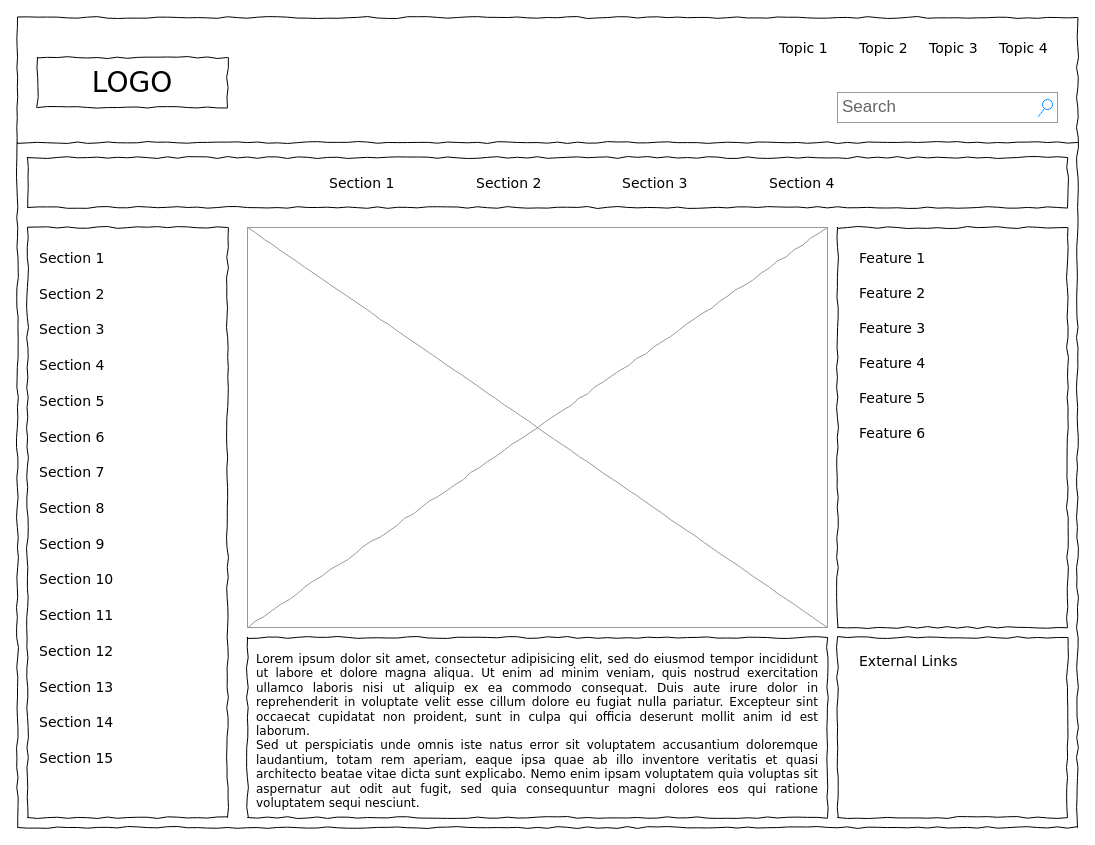
Before: .github/Untitled Diagram.drawio in kimmyrodriguez1/CMST-Project-1, a draw.io diagram. Source tidied: cells renumbered, new cells numbered last; positions are measured from the earlier drawing's top-left corner, leaving out a move shared by most shapes. Both pictures are drawn from the tidied source at 100%, with x=0, y=0 at pixel (17, 17).
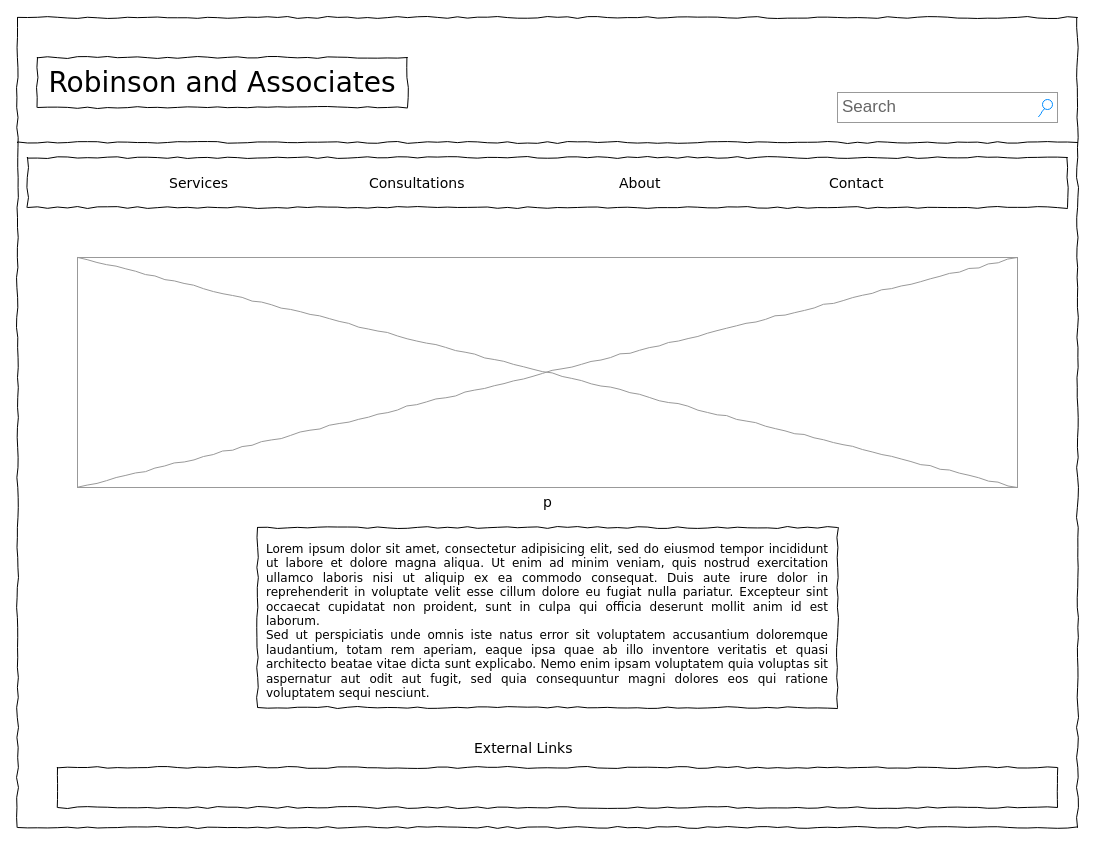
After the change.

Diff of the diagram source:
```diff
@@
-    <mxCell id="3" value="LOGO" style="whiteSpace=wrap;html=1;rounded=0;shadow=0;labelBackgroundColor=none;strokeWidth=1;fontFamily=Verdana;fontSize=28;align=center;comic=1;" parent="1" vertex="1">
-      <mxGeometry x="20" y="40" width="190" height="50" as="geometry" />
+    <mxCell id="3" value="Robinson and Associates" style="whiteSpace=wrap;html=1;rounded=0;shadow=0;labelBackgroundColor=none;strokeWidth=1;fontFamily=Verdana;fontSize=28;align=center;comic=1;" parent="1" vertex="1">
+      <mxGeometry x="20" y="40" width="370" height="50" as="geometry" />
     </mxCell>
@@
-    <mxCell id="5" value="Topic 1" style="text;html=1;align=left;verticalAlign=top;spacingTop=-4;fontSize=14;fontFamily=Verdana;" parent="1" vertex="1">
-      <mxGeometry x="760" y="20" width="60" height="20" as="geometry" />
-    </mxCell>
-    <mxCell id="6" value="Topic 2" style="text;html=1;align=left;verticalAlign=top;spacingTop=-4;fontSize=14;fontFamily=Verdana;" parent="1" vertex="1">
-      <mxGeometry x="840" y="20" width="60" height="20" as="geometry" />
-    </mxCell>
-    <mxCell id="7" value="Topic 3" style="text;html=1;align=left;verticalAlign=top;spacingTop=-4;fontSize=14;fontFamily=Verdana;" parent="1" vertex="1">
-      <mxGeometry x="910" y="20" width="60" height="20" as="geometry" />
-    </mxCell>
-    <mxCell id="8" value="Topic 4" style="text;html=1;align=left;verticalAlign=top;spacingTop=-4;fontSize=14;fontFamily=Verdana;" parent="1" vertex="1">
-      <mxGeometry x="980" y="20" width="60" height="20" as="geometry" />
-    </mxCell>
-    <mxCell id="9" style="whiteSpace=wrap;html=1;rounded=0;shadow=0;labelBackgroundColor=none;strokeWidth=1;fillColor=none;fontFamily=Verdana;fontSize=12;align=center;comic=1;" parent="1" vertex="1">
-      <mxGeometry x="10" y="210" width="200" height="590" as="geometry" />
-    </mxCell>
@@
-    <mxCell id="12" value="Section 1" style="text;html=1;align=left;verticalAlign=top;spacingTop=-4;fontSize=14;fontFamily=Verdana;" parent="1" vertex="1">
-      <mxGeometry x="310" y="155" width="60" height="20" as="geometry" />
+    <mxCell id="12" value="Services" style="text;html=1;align=left;verticalAlign=top;spacingTop=-4;fontSize=14;fontFamily=Verdana;" parent="1" vertex="1">
+      <mxGeometry x="150" y="155" width="60" height="20" as="geometry" />
     </mxCell>
-    <mxCell id="13" value="Section 2" style="text;html=1;align=left;verticalAlign=top;spacingTop=-4;fontSize=14;fontFamily=Verdana;" parent="1" vertex="1">
-      <mxGeometry x="457" y="155" width="60" height="20" as="geometry" />
+    <mxCell id="13" value="Consultations" style="text;html=1;align=left;verticalAlign=top;spacingTop=-4;fontSize=14;fontFamily=Verdana;" parent="1" vertex="1">
+      <mxGeometry x="350" y="155" width="60" height="20" as="geometry" />
     </mxCell>
-    <mxCell id="14" value="Section 3" style="text;html=1;align=left;verticalAlign=top;spacingTop=-4;fontSize=14;fontFamily=Verdana;" parent="1" vertex="1">
-      <mxGeometry x="603" y="155" width="60" height="20" as="geometry" />
+    <mxCell id="14" value="About" style="text;html=1;align=left;verticalAlign=top;spacingTop=-4;fontSize=14;fontFamily=Verdana;" parent="1" vertex="1">
+      <mxGeometry x="600" y="155" width="60" height="20" as="geometry" />
     </mxCell>
-    <mxCell id="15" value="Section 4" style="text;html=1;align=left;verticalAlign=top;spacingTop=-4;fontSize=14;fontFamily=Verdana;" parent="1" vertex="1">
-      <mxGeometry x="750" y="155" width="60" height="20" as="geometry" />
+    <mxCell id="15" value="Contact" style="text;html=1;align=left;verticalAlign=top;spacingTop=-4;fontSize=14;fontFamily=Verdana;" parent="1" vertex="1">
+      <mxGeometry x="810" y="155" width="60" height="20" as="geometry" />
     </mxCell>
     <mxCell id="16" value="&lt;div style=&quot;text-align: justify&quot;&gt;&lt;span&gt;Lorem ipsum dolor sit amet, consectetur adipisicing elit, sed do eiusmod tempor incididunt ut labore et dolore magna aliqua. Ut enim ad minim veniam, quis nostrud exercitation ullamco laboris nisi ut aliquip ex ea commodo consequat. Duis aute irure dolor in reprehenderit in voluptate velit esse cillum dolore eu fugiat nulla pariatur. Excepteur sint occaecat cupidatat non proident, sunt in culpa qui officia deserunt mollit anim id est laborum.&lt;/span&gt;&lt;/div&gt;&lt;div style=&quot;text-align: justify&quot;&gt;&lt;span&gt;Sed ut perspiciatis unde omnis iste natus error sit voluptatem accusantium doloremque laudantium, totam rem aperiam, eaque ipsa quae ab illo inventore veritatis et quasi architecto beatae vitae dicta sunt explicabo. Nemo enim ipsam voluptatem quia voluptas sit aspernatur aut odit aut fugit, sed quia consequuntur magni dolores eos qui ratione voluptatem sequi nesciunt.&amp;nbsp;&lt;/span&gt;&lt;/div&gt;" style="whiteSpace=wrap;html=1;rounded=0;shadow=0;labelBackgroundColor=none;strokeWidth=1;fillColor=none;fontFamily=Verdana;fontSize=12;align=center;verticalAlign=top;spacing=10;comic=1;" parent="1" vertex="1">
-      <mxGeometry x="230" y="620" width="580" height="180" as="geometry" />
+      <mxGeometry x="240" y="510" width="580" height="180" as="geometry" />
     </mxCell>
-    <mxCell id="17" style="verticalLabelPosition=bottom;shadow=0;dashed=0;align=center;html=1;verticalAlign=top;strokeWidth=1;shape=mxgraph.mockup.graphics.simpleIcon;strokeColor=#999999;rounded=0;labelBackgroundColor=none;fontFamily=Verdana;fontSize=14;fontColor=#000000;comic=1;" parent="1" vertex="1">
-      <mxGeometry x="230" y="210" width="580" height="400" as="geometry" />
-    </mxCell>
-    <mxCell id="18" style="whiteSpace=wrap;html=1;rounded=0;shadow=0;labelBackgroundColor=none;strokeWidth=1;fillColor=none;fontFamily=Verdana;fontSize=12;align=center;comic=1;" parent="1" vertex="1">
-      <mxGeometry x="820" y="210" width="230" height="400" as="geometry" />
-    </mxCell>
     <mxCell id="19" style="whiteSpace=wrap;html=1;rounded=0;shadow=0;labelBackgroundColor=none;strokeWidth=1;fillColor=none;fontFamily=Verdana;fontSize=12;align=center;comic=1;" parent="1" vertex="1">
-      <mxGeometry x="820" y="620" width="230" height="180" as="geometry" />
+      <mxGeometry x="40" y="750" width="1000" height="40" as="geometry" />
     </mxCell>
-    <mxCell id="20" value="Section 1" style="text;html=1;align=left;verticalAlign=top;spacingTop=-4;fontSize=14;fontFamily=Verdana;" parent="1" vertex="1">
-      <mxGeometry x="20" y="230" width="170" height="20" as="geometry" />
-    </mxCell>
-    <mxCell id="21" value="Section 2" style="text;html=1;align=left;verticalAlign=top;spacingTop=-4;fontSize=14;fontFamily=Verdana;" parent="1" vertex="1">
-      <mxGeometry x="20" y="266" width="170" height="20" as="geometry" />
-    </mxCell>
-    <mxCell id="22" value="Section 3" style="text;html=1;align=left;verticalAlign=top;spacingTop=-4;fontSize=14;fontFamily=Verdana;" parent="1" vertex="1">
-      <mxGeometry x="20" y="301" width="170" height="20" as="geometry" />
-    </mxCell>
-    <mxCell id="23" value="Section 4" style="text;html=1;align=left;verticalAlign=top;spacingTop=-4;fontSize=14;fontFamily=Verdana;" parent="1" vertex="1">
-      <mxGeometry x="20" y="337" width="170" height="20" as="geometry" />
-    </mxCell>
-    <mxCell id="24" value="Section 7" style="text;html=1;align=left;verticalAlign=top;spacingTop=-4;fontSize=14;fontFamily=Verdana;" parent="1" vertex="1">
-      <mxGeometry x="20" y="444" width="170" height="20" as="geometry" />
-    </mxCell>
-    <mxCell id="25" value="Section 8" style="text;html=1;align=left;verticalAlign=top;spacingTop=-4;fontSize=14;fontFamily=Verdana;" parent="1" vertex="1">
-      <mxGeometry x="20" y="480" width="170" height="20" as="geometry" />
-    </mxCell>
-    <mxCell id="26" value="Section 9" style="text;html=1;align=left;verticalAlign=top;spacingTop=-4;fontSize=14;fontFamily=Verdana;" parent="1" vertex="1">
-      <mxGeometry x="20" y="516" width="170" height="20" as="geometry" />
-    </mxCell>
-    <mxCell id="27" value="Section 10" style="text;html=1;align=left;verticalAlign=top;spacingTop=-4;fontSize=14;fontFamily=Verdana;" parent="1" vertex="1">
-      <mxGeometry x="20" y="551" width="170" height="20" as="geometry" />
-    </mxCell>
-    <mxCell id="28" value="Section 11" style="text;html=1;align=left;verticalAlign=top;spacingTop=-4;fontSize=14;fontFamily=Verdana;" parent="1" vertex="1">
-      <mxGeometry x="20" y="587" width="170" height="20" as="geometry" />
-    </mxCell>
-    <mxCell id="29" value="Section 12" style="text;html=1;align=left;verticalAlign=top;spacingTop=-4;fontSize=14;fontFamily=Verdana;" parent="1" vertex="1">
-      <mxGeometry x="20" y="623" width="170" height="20" as="geometry" />
-    </mxCell>
-    <mxCell id="30" value="Section 13" style="text;html=1;align=left;verticalAlign=top;spacingTop=-4;fontSize=14;fontFamily=Verdana;" parent="1" vertex="1">
-      <mxGeometry x="20" y="659" width="170" height="20" as="geometry" />
-    </mxCell>
-    <mxCell id="31" value="Section 14" style="text;html=1;align=left;verticalAlign=top;spacingTop=-4;fontSize=14;fontFamily=Verdana;" parent="1" vertex="1">
-      <mxGeometry x="20" y="694" width="170" height="20" as="geometry" />
-    </mxCell>
-    <mxCell id="32" value="Section 5" style="text;html=1;align=left;verticalAlign=top;spacingTop=-4;fontSize=14;fontFamily=Verdana;" parent="1" vertex="1">
-      <mxGeometry x="20" y="373" width="170" height="20" as="geometry" />
-    </mxCell>
-    <mxCell id="33" value="Section 6" style="text;html=1;align=left;verticalAlign=top;spacingTop=-4;fontSize=14;fontFamily=Verdana;" parent="1" vertex="1">
-      <mxGeometry x="20" y="409" width="170" height="20" as="geometry" />
-    </mxCell>
-    <mxCell id="34" value="Section 15" style="text;html=1;align=left;verticalAlign=top;spacingTop=-4;fontSize=14;fontFamily=Verdana;" parent="1" vertex="1">
-      <mxGeometry x="20" y="730" width="170" height="20" as="geometry" />
-    </mxCell>
     <mxCell id="35" value="External Links" style="text;html=1;align=left;verticalAlign=top;spacingTop=-4;fontSize=14;fontFamily=Verdana;" parent="1" vertex="1">
-      <mxGeometry x="840" y="633" width="170" height="20" as="geometry" />
+      <mxGeometry x="455" y="720" width="170" height="20" as="geometry" />
     </mxCell>
-    <mxCell id="36" value="Feature 1" style="text;html=1;align=left;verticalAlign=top;spacingTop=-4;fontSize=14;fontFamily=Verdana;" parent="1" vertex="1">
-      <mxGeometry x="840" y="230" width="170" height="20" as="geometry" />
-    </mxCell>
-    <mxCell id="37" value="Feature 2" style="text;html=1;align=left;verticalAlign=top;spacingTop=-4;fontSize=14;fontFamily=Verdana;" parent="1" vertex="1">
-      <mxGeometry x="840" y="265" width="170" height="20" as="geometry" />
-    </mxCell>
-    <mxCell id="38" value="Feature 3" style="text;html=1;align=left;verticalAlign=top;spacingTop=-4;fontSize=14;fontFamily=Verdana;" parent="1" vertex="1">
-      <mxGeometry x="840" y="300" width="170" height="20" as="geometry" />
-    </mxCell>
-    <mxCell id="39" value="Feature 4" style="text;html=1;align=left;verticalAlign=top;spacingTop=-4;fontSize=14;fontFamily=Verdana;" parent="1" vertex="1">
-      <mxGeometry x="840" y="335" width="170" height="20" as="geometry" />
-    </mxCell>
-    <mxCell id="40" value="Feature 5" style="text;html=1;align=left;verticalAlign=top;spacingTop=-4;fontSize=14;fontFamily=Verdana;" parent="1" vertex="1">
-      <mxGeometry x="840" y="370" width="170" height="20" as="geometry" />
-    </mxCell>
-    <mxCell id="41" value="Feature 6" style="text;html=1;align=left;verticalAlign=top;spacingTop=-4;fontSize=14;fontFamily=Verdana;" parent="1" vertex="1">
-      <mxGeometry x="840" y="405" width="170" height="20" as="geometry" />
-    </mxCell>
+    <mxCell id="42" value="p" style="verticalLabelPosition=bottom;shadow=0;dashed=0;align=center;html=1;verticalAlign=top;strokeWidth=1;shape=mxgraph.mockup.graphics.simpleIcon;strokeColor=#999999;rounded=0;labelBackgroundColor=none;fontFamily=Verdana;fontSize=14;fontColor=#000000;comic=1;" parent="1" vertex="1">
+      <mxGeometry x="60" y="240" width="940" height="230" as="geometry" />
+    </mxCell>
```
